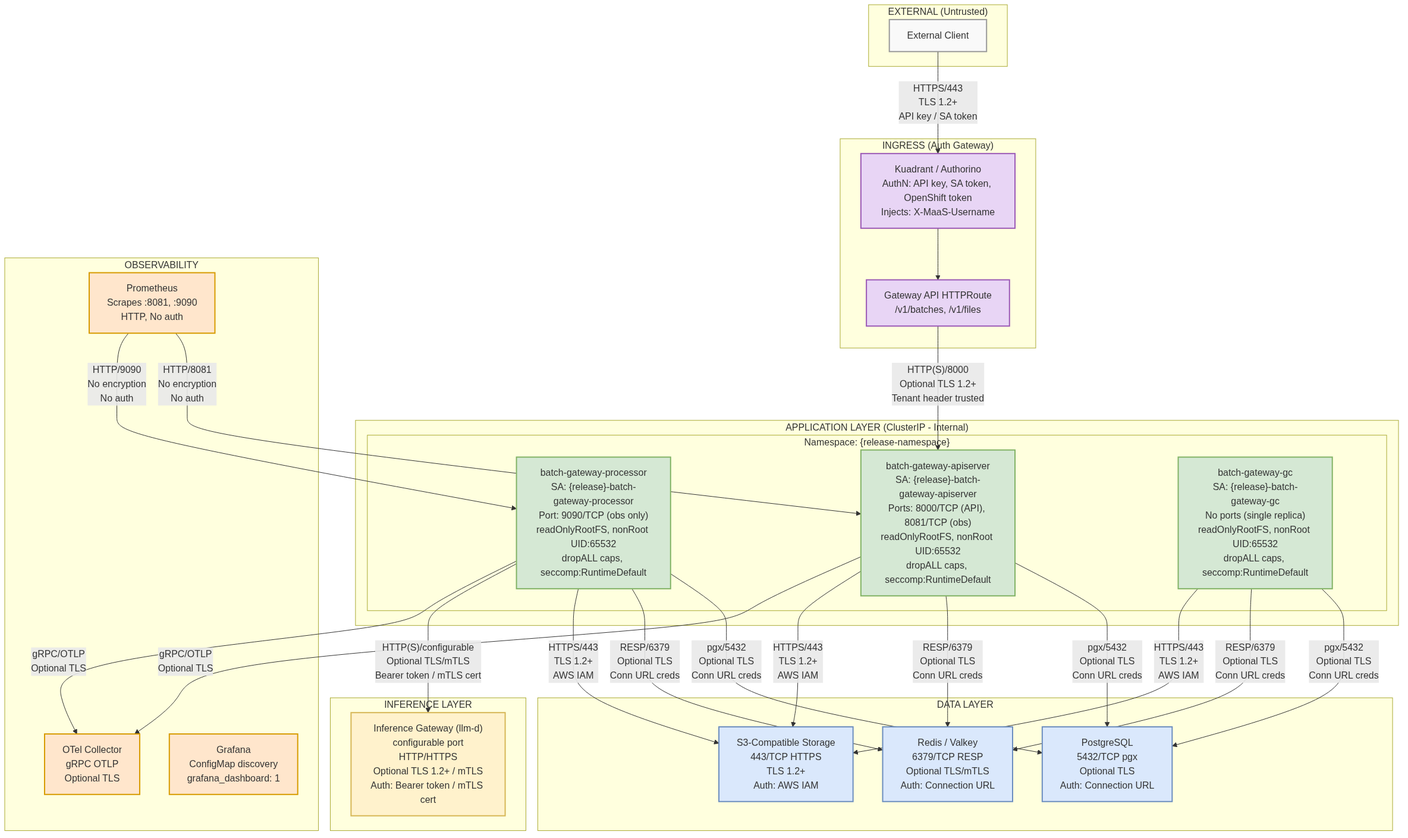
This is architecture/rhoai.next/diagrams/batch-gateway-security-network.png from rhuss/architecture-context, a Mermaid export, as it was before one commit. Its source is kept beside it as architecture/rhoai.next/diagrams/batch-gateway-security-network.mmd. The source it was exported from:
```mermaid
graph TB
    subgraph External["EXTERNAL (Untrusted)"]
        Client["External Client"]
    end

    subgraph AuthLayer["INGRESS (Auth Gateway)"]
        Authorino["Kuadrant / Authorino<br/>AuthN: API key, SA token, OpenShift token<br/>Injects: X-MaaS-Username"]
        HTTPRoute["Gateway API HTTPRoute<br/>/v1/batches, /v1/files"]
        Authorino --> HTTPRoute
    end

    subgraph AppLayer["APPLICATION LAYER (ClusterIP - Internal)"]
        direction TB

        subgraph NS_App["Namespace: {release-namespace}"]
            APIServer["batch-gateway-apiserver<br/>SA: {release}-batch-gateway-apiserver<br/>Ports: 8000/TCP (API), 8081/TCP (obs)<br/>readOnlyRootFS, nonRoot UID:65532<br/>dropALL caps, seccomp:RuntimeDefault"]

            Processor["batch-gateway-processor<br/>SA: {release}-batch-gateway-processor<br/>Port: 9090/TCP (obs only)<br/>readOnlyRootFS, nonRoot UID:65532<br/>dropALL caps, seccomp:RuntimeDefault"]

            GC["batch-gateway-gc<br/>SA: {release}-batch-gateway-gc<br/>No ports (single replica)<br/>readOnlyRootFS, nonRoot UID:65532<br/>dropALL caps, seccomp:RuntimeDefault"]
        end
    end

    subgraph DataStores["DATA LAYER"]
        PostgreSQL["PostgreSQL<br/>5432/TCP pgx<br/>Optional TLS<br/>Auth: Connection URL"]
        Redis["Redis / Valkey<br/>6379/TCP RESP<br/>Optional TLS/mTLS<br/>Auth: Connection URL"]
        S3["S3-Compatible Storage<br/>443/TCP HTTPS<br/>TLS 1.2+<br/>Auth: AWS IAM"]
    end

    subgraph InferenceLayer["INFERENCE LAYER"]
        InfGW["Inference Gateway (llm-d)<br/>configurable port<br/>HTTP/HTTPS<br/>Optional TLS 1.2+ / mTLS<br/>Auth: Bearer token / mTLS cert"]
    end

    subgraph Observability["OBSERVABILITY"]
        Prometheus["Prometheus<br/>Scrapes :8081, :9090<br/>HTTP, No auth"]
        OTel["OTel Collector<br/>gRPC OTLP<br/>Optional TLS"]
        Grafana["Grafana<br/>ConfigMap discovery<br/>grafana_dashboard: 1"]
    end

    Client -->|"HTTPS/443<br/>TLS 1.2+<br/>API key / SA token"| Authorino

    HTTPRoute -->|"HTTP(S)/8000<br/>Optional TLS 1.2+<br/>Tenant header trusted"| APIServer

    APIServer -->|"pgx/5432<br/>Optional TLS<br/>Conn URL creds"| PostgreSQL
    APIServer -->|"RESP/6379<br/>Optional TLS<br/>Conn URL creds"| Redis
    APIServer -->|"HTTPS/443<br/>TLS 1.2+<br/>AWS IAM"| S3

    Processor -->|"pgx/5432<br/>Optional TLS<br/>Conn URL creds"| PostgreSQL
    Processor -->|"RESP/6379<br/>Optional TLS<br/>Conn URL creds"| Redis
    Processor -->|"HTTPS/443<br/>TLS 1.2+<br/>AWS IAM"| S3

    GC -->|"pgx/5432<br/>Optional TLS<br/>Conn URL creds"| PostgreSQL
    GC -->|"RESP/6379<br/>Optional TLS<br/>Conn URL creds"| Redis
    GC -->|"HTTPS/443<br/>TLS 1.2+<br/>AWS IAM"| S3

    Processor -->|"HTTP(S)/configurable<br/>Optional TLS/mTLS<br/>Bearer token / mTLS cert"| InfGW

    Prometheus -->|"HTTP/8081<br/>No encryption<br/>No auth"| APIServer
    Prometheus -->|"HTTP/9090<br/>No encryption<br/>No auth"| Processor
    APIServer -->|"gRPC/OTLP<br/>Optional TLS"| OTel
    Processor -->|"gRPC/OTLP<br/>Optional TLS"| OTel

    classDef external fill:#f9f9f9,stroke:#999,stroke-width:2px
    classDef auth fill:#e8d5f5,stroke:#9b59b6,stroke-width:2px
    classDef app fill:#d5e8d4,stroke:#82b366,stroke-width:2px
    classDef datastore fill:#dae8fc,stroke:#6c8ebf,stroke-width:2px
    classDef inference fill:#fff2cc,stroke:#d6b656,stroke-width:2px
    classDef obs fill:#ffe6cc,stroke:#d79b00,stroke-width:2px

    class Client external
    class Authorino,HTTPRoute auth
    class APIServer,Processor,GC app
    class PostgreSQL,Redis,S3 datastore
    class InfGW inference
    class Prometheus,OTel,Grafana obs
```
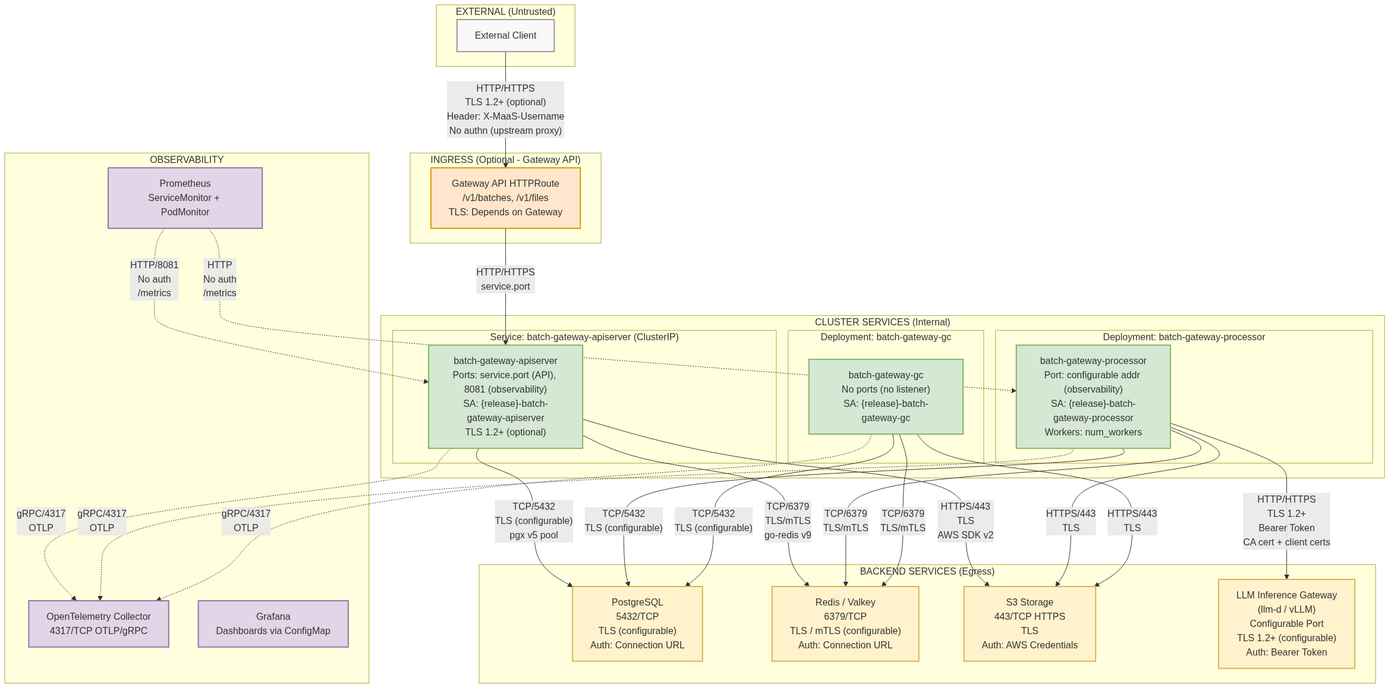
Later version of the same file.

The edit, as a diff of the source:
```diff
@@ -3,73 +3,69 @@
         Client["External Client"]
     end
 
-    subgraph AuthLayer["INGRESS (Auth Gateway)"]
-        Authorino["Kuadrant / Authorino<br/>AuthN: API key, SA token, OpenShift token<br/>Injects: X-MaaS-Username"]
-        HTTPRoute["Gateway API HTTPRoute<br/>/v1/batches, /v1/files"]
-        Authorino --> HTTPRoute
+    subgraph Ingress["INGRESS (Optional - Gateway API)"]
+        HTTPRoute["Gateway API HTTPRoute<br/>/v1/batches, /v1/files<br/>TLS: Depends on Gateway"]
     end
 
-    subgraph AppLayer["APPLICATION LAYER (ClusterIP - Internal)"]
+    subgraph ClusterServices["CLUSTER SERVICES (Internal)"]
         direction TB
 
-        subgraph NS_App["Namespace: {release-namespace}"]
-            APIServer["batch-gateway-apiserver<br/>SA: {release}-batch-gateway-apiserver<br/>Ports: 8000/TCP (API), 8081/TCP (obs)<br/>readOnlyRootFS, nonRoot UID:65532<br/>dropALL caps, seccomp:RuntimeDefault"]
+        subgraph ApiserverSvc["Service: batch-gateway-apiserver (ClusterIP)"]
+            Apiserver["batch-gateway-apiserver<br/>Ports: service.port (API), 8081 (observability)<br/>SA: {release}-batch-gateway-apiserver<br/>TLS 1.2+ (optional)"]
+        end
 
-            Processor["batch-gateway-processor<br/>SA: {release}-batch-gateway-processor<br/>Port: 9090/TCP (obs only)<br/>readOnlyRootFS, nonRoot UID:65532<br/>dropALL caps, seccomp:RuntimeDefault"]
+        subgraph ProcessorDeploy["Deployment: batch-gateway-processor"]
+            Processor["batch-gateway-processor<br/>Port: configurable addr (observability)<br/>SA: {release}-batch-gateway-processor<br/>Workers: num_workers"]
+        end
 
-            GC["batch-gateway-gc<br/>SA: {release}-batch-gateway-gc<br/>No ports (single replica)<br/>readOnlyRootFS, nonRoot UID:65532<br/>dropALL caps, seccomp:RuntimeDefault"]
+        subgraph GCDeploy["Deployment: batch-gateway-gc"]
+            GCPod["batch-gateway-gc<br/>No ports (no listener)<br/>SA: {release}-batch-gateway-gc"]
         end
     end
 
-    subgraph DataStores["DATA LAYER"]
-        PostgreSQL["PostgreSQL<br/>5432/TCP pgx<br/>Optional TLS<br/>Auth: Connection URL"]
-        Redis["Redis / Valkey<br/>6379/TCP RESP<br/>Optional TLS/mTLS<br/>Auth: Connection URL"]
-        S3["S3-Compatible Storage<br/>443/TCP HTTPS<br/>TLS 1.2+<br/>Auth: AWS IAM"]
-    end
-
-    subgraph InferenceLayer["INFERENCE LAYER"]
-        InfGW["Inference Gateway (llm-d)<br/>configurable port<br/>HTTP/HTTPS<br/>Optional TLS 1.2+ / mTLS<br/>Auth: Bearer token / mTLS cert"]
+    subgraph BackendServices["BACKEND SERVICES (Egress)"]
+        PG["PostgreSQL<br/>5432/TCP<br/>TLS (configurable)<br/>Auth: Connection URL"]
+        Redis["Redis / Valkey<br/>6379/TCP<br/>TLS / mTLS (configurable)<br/>Auth: Connection URL"]
+        S3["S3 Storage<br/>443/TCP HTTPS<br/>TLS<br/>Auth: AWS Credentials"]
+        InferenceGW["LLM Inference Gateway<br/>(llm-d / vLLM)<br/>Configurable Port<br/>TLS 1.2+ (configurable)<br/>Auth: Bearer Token"]
     end
 
     subgraph Observability["OBSERVABILITY"]
-        Prometheus["Prometheus<br/>Scrapes :8081, :9090<br/>HTTP, No auth"]
-        OTel["OTel Collector<br/>gRPC OTLP<br/>Optional TLS"]
-        Grafana["Grafana<br/>ConfigMap discovery<br/>grafana_dashboard: 1"]
+        Prometheus["Prometheus<br/>ServiceMonitor + PodMonitor"]
+        OTel["OpenTelemetry Collector<br/>4317/TCP OTLP/gRPC"]
+        Grafana["Grafana<br/>Dashboards via ConfigMap"]
     end
 
-    Client -->|"HTTPS/443<br/>TLS 1.2+<br/>API key / SA token"| Authorino
+    Client -->|"HTTP/HTTPS<br/>TLS 1.2+ (optional)<br/>Header: X-MaaS-Username<br/>No authn (upstream proxy)"| HTTPRoute
+    HTTPRoute -->|"HTTP/HTTPS<br/>service.port"| Apiserver
 
-    HTTPRoute -->|"HTTP(S)/8000<br/>Optional TLS 1.2+<br/>Tenant header trusted"| APIServer
+    Apiserver -->|"TCP/5432<br/>TLS (configurable)<br/>pgx v5 pool"| PG
+    Apiserver -->|"TCP/6379<br/>TLS/mTLS<br/>go-redis v9"| Redis
+    Apiserver -->|"HTTPS/443<br/>TLS<br/>AWS SDK v2"| S3
 
-    APIServer -->|"pgx/5432<br/>Optional TLS<br/>Conn URL creds"| PostgreSQL
-    APIServer -->|"RESP/6379<br/>Optional TLS<br/>Conn URL creds"| Redis
-    APIServer -->|"HTTPS/443<br/>TLS 1.2+<br/>AWS IAM"| S3
+    Processor -->|"TCP/5432<br/>TLS (configurable)"| PG
+    Processor -->|"TCP/6379<br/>TLS/mTLS"| Redis
+    Processor -->|"HTTPS/443<br/>TLS"| S3
+    Processor -->|"HTTP/HTTPS<br/>TLS 1.2+<br/>Bearer Token<br/>CA cert + client certs"| InferenceGW
 
-    Processor -->|"pgx/5432<br/>Optional TLS<br/>Conn URL creds"| PostgreSQL
-    Processor -->|"RESP/6379<br/>Optional TLS<br/>Conn URL creds"| Redis
-    Processor -->|"HTTPS/443<br/>TLS 1.2+<br/>AWS IAM"| S3
+    GCPod -->|"TCP/5432<br/>TLS (configurable)"| PG
+    GCPod -->|"TCP/6379<br/>TLS/mTLS"| Redis
+    GCPod -->|"HTTPS/443<br/>TLS"| S3
 
-    GC -->|"pgx/5432<br/>Optional TLS<br/>Conn URL creds"| PostgreSQL
-    GC -->|"RESP/6379<br/>Optional TLS<br/>Conn URL creds"| Redis
-    GC -->|"HTTPS/443<br/>TLS 1.2+<br/>AWS IAM"| S3
-
-    Processor -->|"HTTP(S)/configurable<br/>Optional TLS/mTLS<br/>Bearer token / mTLS cert"| InfGW
-
-    Prometheus -->|"HTTP/8081<br/>No encryption<br/>No auth"| APIServer
-    Prometheus -->|"HTTP/9090<br/>No encryption<br/>No auth"| Processor
-    APIServer -->|"gRPC/OTLP<br/>Optional TLS"| OTel
-    Processor -->|"gRPC/OTLP<br/>Optional TLS"| OTel
+    Prometheus -.->|"HTTP/8081<br/>No auth<br/>/metrics"| Apiserver
+    Prometheus -.->|"HTTP<br/>No auth<br/>/metrics"| Processor
+    Apiserver -.->|"gRPC/4317<br/>OTLP"| OTel
+    Processor -.->|"gRPC/4317<br/>OTLP"| OTel
+    GCPod -.->|"gRPC/4317<br/>OTLP"| OTel
 
     classDef external fill:#f9f9f9,stroke:#999,stroke-width:2px
-    classDef auth fill:#e8d5f5,stroke:#9b59b6,stroke-width:2px
-    classDef app fill:#d5e8d4,stroke:#82b366,stroke-width:2px
-    classDef datastore fill:#dae8fc,stroke:#6c8ebf,stroke-width:2px
-    classDef inference fill:#fff2cc,stroke:#d6b656,stroke-width:2px
-    classDef obs fill:#ffe6cc,stroke:#d79b00,stroke-width:2px
+    classDef ingress fill:#ffe6cc,stroke:#d79b00,stroke-width:2px
+    classDef clusterservice fill:#d5e8d4,stroke:#82b366,stroke-width:2px
+    classDef backend fill:#fff2cc,stroke:#d6b656,stroke-width:2px
+    classDef observability fill:#e1d5e7,stroke:#9673a6,stroke-width:2px
 
     class Client external
-    class Authorino,HTTPRoute auth
-    class APIServer,Processor,GC app
-    class PostgreSQL,Redis,S3 datastore
-    class InfGW inference
-    class Prometheus,OTel,Grafana obs
+    class HTTPRoute ingress
+    class Apiserver,Processor,GCPod clusterservice
+    class PG,Redis,S3,InferenceGW backend
+    class Prometheus,OTel,Grafana observability
```
